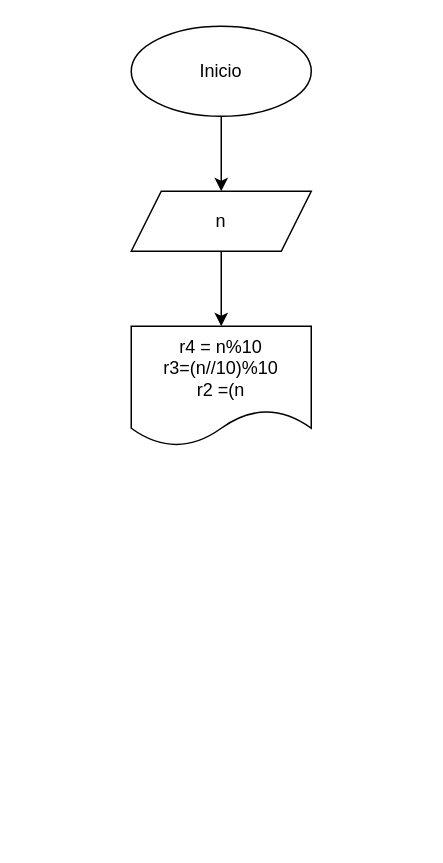
Above: diagrama.drawio in everfigueroa-alt/operaciones_matematicas (draw.io), before the change. Source tidied: cells renumbered, new cells numbered last; positions are measured from the earlier drawing's top-left corner, leaving out a move shared by most shapes. Both pictures are drawn from the tidied source at 150%, with x=0, y=0 at pixel (130, 26).
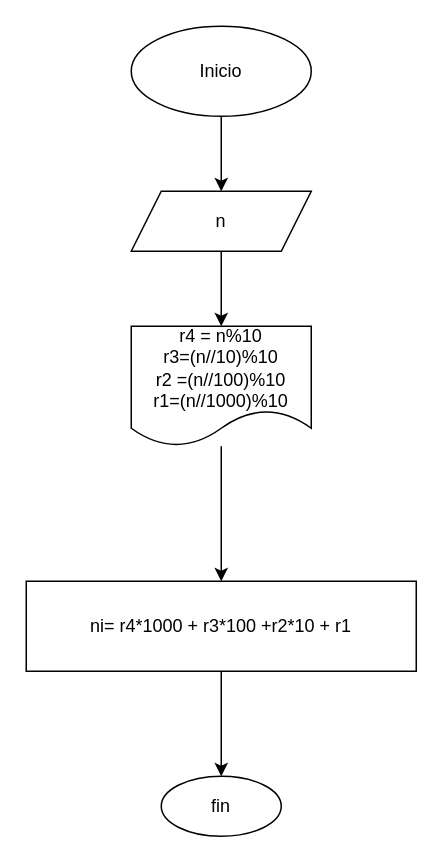
The same diagram, later.

Commit message (it also covers changes not shown here):
se actualizo en readme con analisis y diseño

Diff of the diagram source:
```diff
@@
 <mxGraphModel>
   <root>
     <mxCell id="0" />
     <mxCell id="1" parent="0" />
     <mxCell id="2" style="edgeStyle=none;html=1;" parent="1" edge="1" source="3" target="5">
       <mxGeometry relative="1" as="geometry" />
     </mxCell>
     <mxCell id="3" value="Inicio" style="ellipse;whiteSpace=wrap;html=1;" parent="1" vertex="1">
       <mxGeometry width="120" height="60" as="geometry" />
     </mxCell>
     <mxCell id="4" style="edgeStyle=none;html=1;" parent="1" edge="1" source="5" target="6">
       <mxGeometry relative="1" as="geometry" />
     </mxCell>
     <mxCell id="5" value="n" style="shape=parallelogram;perimeter=parallelogramPerimeter;whiteSpace=wrap;html=1;fixedSize=1;" parent="1" vertex="1">
       <mxGeometry y="110" width="120" height="40" as="geometry" />
     </mxCell>
+    <mxCell id="7" style="edgeStyle=none;html=1;" parent="1" edge="1" source="6" target="9">
+      <mxGeometry relative="1" as="geometry" />
+    </mxCell>
-    <mxCell id="6" value="r4 = n%10&lt;div&gt;r3=(n//10)%10&lt;/div&gt;&lt;div&gt;r2 =(n&lt;/div&gt;" style="shape=document;whiteSpace=wrap;html=1;boundedLbl=1;" parent="1" vertex="1">
+    <mxCell id="6" value="r4 = n%10&lt;div&gt;r3=(n//10)%10&lt;/div&gt;&lt;div&gt;r2 =(n//100)%10&lt;/div&gt;&lt;div&gt;r1=(n//1000)%10&lt;/div&gt;" style="shape=document;whiteSpace=wrap;html=1;boundedLbl=1;" parent="1" vertex="1">
       <mxGeometry y="200" width="120" height="80" as="geometry" />
     </mxCell>
+    <mxCell id="8" style="edgeStyle=none;html=1;" parent="1" edge="1" source="9" target="10">
+      <mxGeometry relative="1" as="geometry" />
+    </mxCell>
+    <mxCell id="9" value="ni= r4*1000 + r3*100 +r2*10 + r1" style="whiteSpace=wrap;html=1;" parent="1" vertex="1">
+      <mxGeometry x="-70" y="370" width="260" height="60" as="geometry" />
+    </mxCell>
+    <mxCell id="10" value="fin" style="ellipse;whiteSpace=wrap;html=1;" parent="1" vertex="1">
+      <mxGeometry x="20" y="500" width="80" height="40" as="geometry" />
+    </mxCell>
   </root>
 </mxGraphModel>
```
